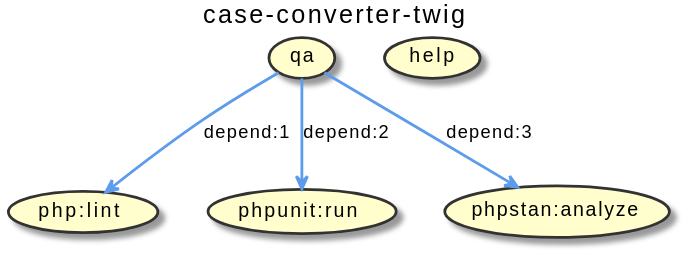
The PlantUML diagram build.svg in jawira/case-converter-twig, before a commit.
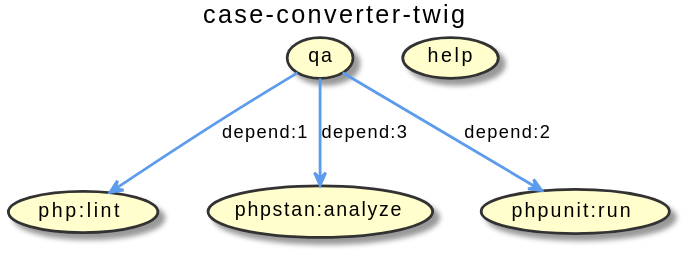
Above is the later version.

Change to the diagram source:
```diff
@@ -9,9 +9,9 @@
 
 (qa)
 (php:lint)
-(phpunit:run)
 (phpstan:analyze)
 (help)
+(phpunit:run)
 
 
 (qa) -[#5D9CEC]-> (php:lint) : depend:1
```
